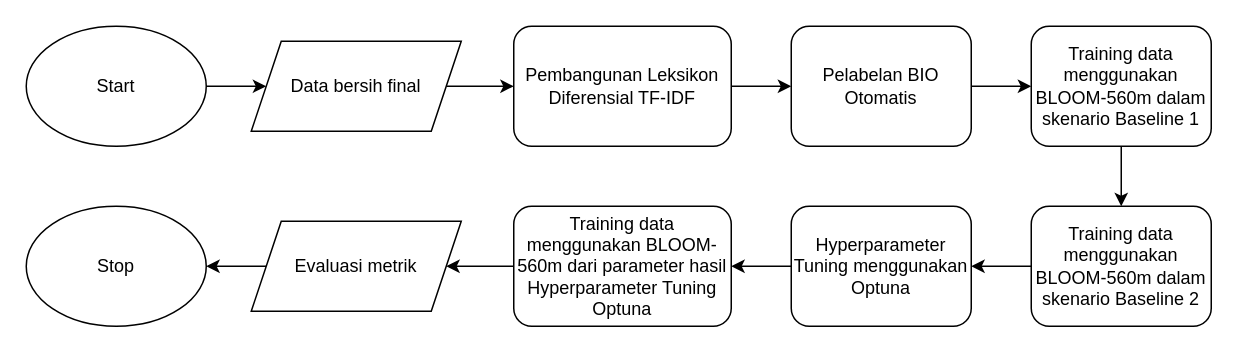
Above: page "Perancangan" (3 of 6) of thesis_flowchart.drawio in Jacksonciek/thesis-diagram (draw.io), before the change. Source tidied: cells renumbered, new cells numbered last; positions are measured from the earlier drawing's top-left corner, leaving out a move shared by most shapes. Both pictures are drawn from the tidied source at 150%, with x=0, y=0 at pixel (26, 26).
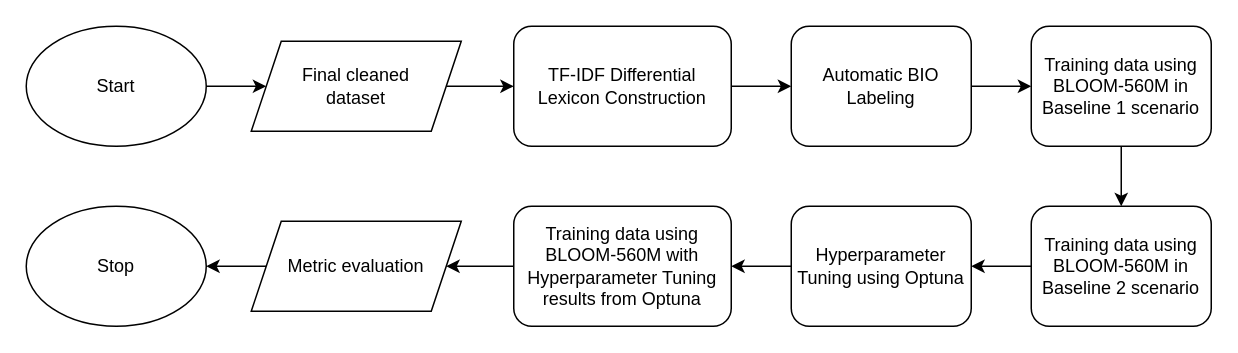
The same page after the edit.

Diff of the diagram source:
```diff
@@
-    <mxCell id="5" value="Pelabelan BIO Otomatis" style="rounded=1;whiteSpace=wrap;html=1;" parent="1" vertex="1">
+    <mxCell id="5" value="Automatic BIO Labeling" style="rounded=1;whiteSpace=wrap;html=1;" parent="1" vertex="1">
       <mxGeometry x="510" width="120" height="80" as="geometry" />
     </mxCell>
@@
-    <mxCell id="7" value="Training data menggunakan BLOOM-560m dalam skenario Baseline 1" style="rounded=1;whiteSpace=wrap;html=1;" parent="1" vertex="1">
+    <mxCell id="7" value="Training data using BLOOM-560M in Baseline 1 scenario" style="rounded=1;whiteSpace=wrap;html=1;" parent="1" vertex="1">
       <mxGeometry x="670" width="120" height="80" as="geometry" />
     </mxCell>
@@
-    <mxCell id="9" value="Training data menggunakan BLOOM-560m dalam skenario Baseline 2" style="rounded=1;whiteSpace=wrap;html=1;" parent="1" vertex="1">
+    <mxCell id="9" value="Training data using BLOOM-560M in Baseline 2 scenario" style="rounded=1;whiteSpace=wrap;html=1;" parent="1" vertex="1">
       <mxGeometry x="670" y="120" width="120" height="80" as="geometry" />
     </mxCell>
@@
-    <mxCell id="11" value="Hyperparameter Tuning menggunakan Optuna" style="rounded=1;whiteSpace=wrap;html=1;" parent="1" vertex="1">
+    <mxCell id="11" value="Hyperparameter Tuning using Optuna" style="rounded=1;whiteSpace=wrap;html=1;" parent="1" vertex="1">
       <mxGeometry x="510" y="120" width="120" height="80" as="geometry" />
     </mxCell>
@@
-    <mxCell id="13" value="Training data menggunakan BLOOM-560m dari parameter hasil Hyperparameter Tuning Optuna" style="rounded=1;whiteSpace=wrap;html=1;" parent="1" vertex="1">
+    <mxCell id="13" value="Training data using BLOOM-560M with Hyperparameter Tuning results from Optuna" style="rounded=1;whiteSpace=wrap;html=1;" parent="1" vertex="1">
       <mxGeometry x="325" y="120" width="145" height="80" as="geometry" />
     </mxCell>
@@
-    <mxCell id="16" value="Data bersih final" style="shape=parallelogram;perimeter=parallelogramPerimeter;whiteSpace=wrap;html=1;fixedSize=1;" parent="1" vertex="1">
+    <mxCell id="16" value="Final cleaned&lt;div&gt;dataset&lt;/div&gt;" style="shape=parallelogram;perimeter=parallelogramPerimeter;whiteSpace=wrap;html=1;fixedSize=1;" parent="1" vertex="1">
       <mxGeometry x="150" y="10" width="140" height="60" as="geometry" />
     </mxCell>
@@
-    <mxCell id="18" value="Pembangunan Leksikon Diferensial TF-IDF" style="rounded=1;whiteSpace=wrap;html=1;" parent="1" vertex="1">
+    <mxCell id="18" value="TF-IDF Differential Lexicon Construction" style="rounded=1;whiteSpace=wrap;html=1;" parent="1" vertex="1">
       <mxGeometry x="325" width="145" height="80" as="geometry" />
     </mxCell>
@@
-    <mxCell id="20" value="Evaluasi metrik" style="shape=parallelogram;perimeter=parallelogramPerimeter;whiteSpace=wrap;html=1;fixedSize=1;" parent="1" vertex="1">
+    <mxCell id="20" value="Metric evaluation" style="shape=parallelogram;perimeter=parallelogramPerimeter;whiteSpace=wrap;html=1;fixedSize=1;" parent="1" vertex="1">
       <mxGeometry x="150" y="130" width="140" height="60" as="geometry" />
     </mxCell>
```
